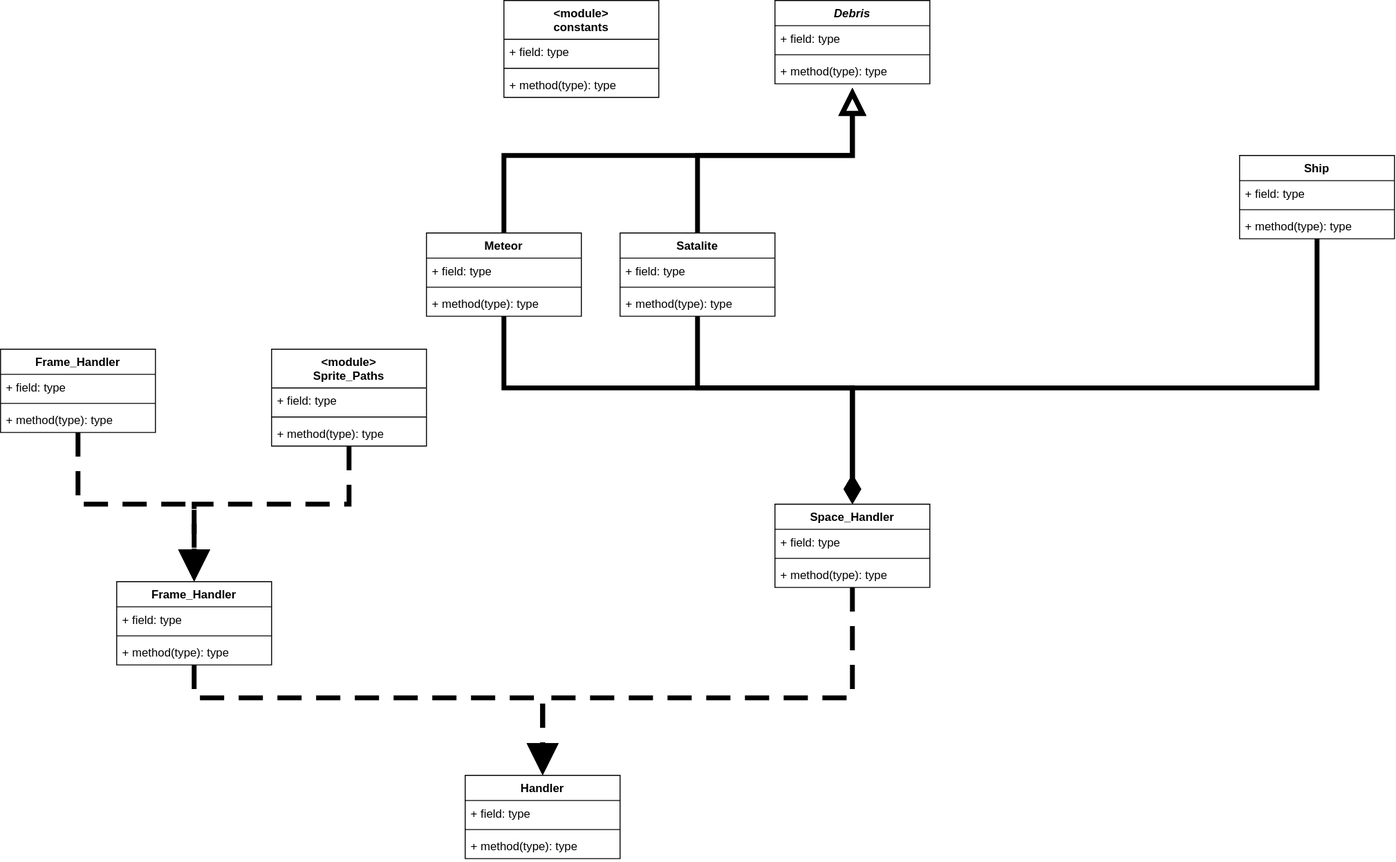
Before: UML.drawio.svg, a diagram exported from draw.io (CodyPassino/Space-Janitor). Source tidied: cells renumbered, new cells last; positions are measured from the earlier drawing's top-left corner, leaving out a move shared by most shapes.
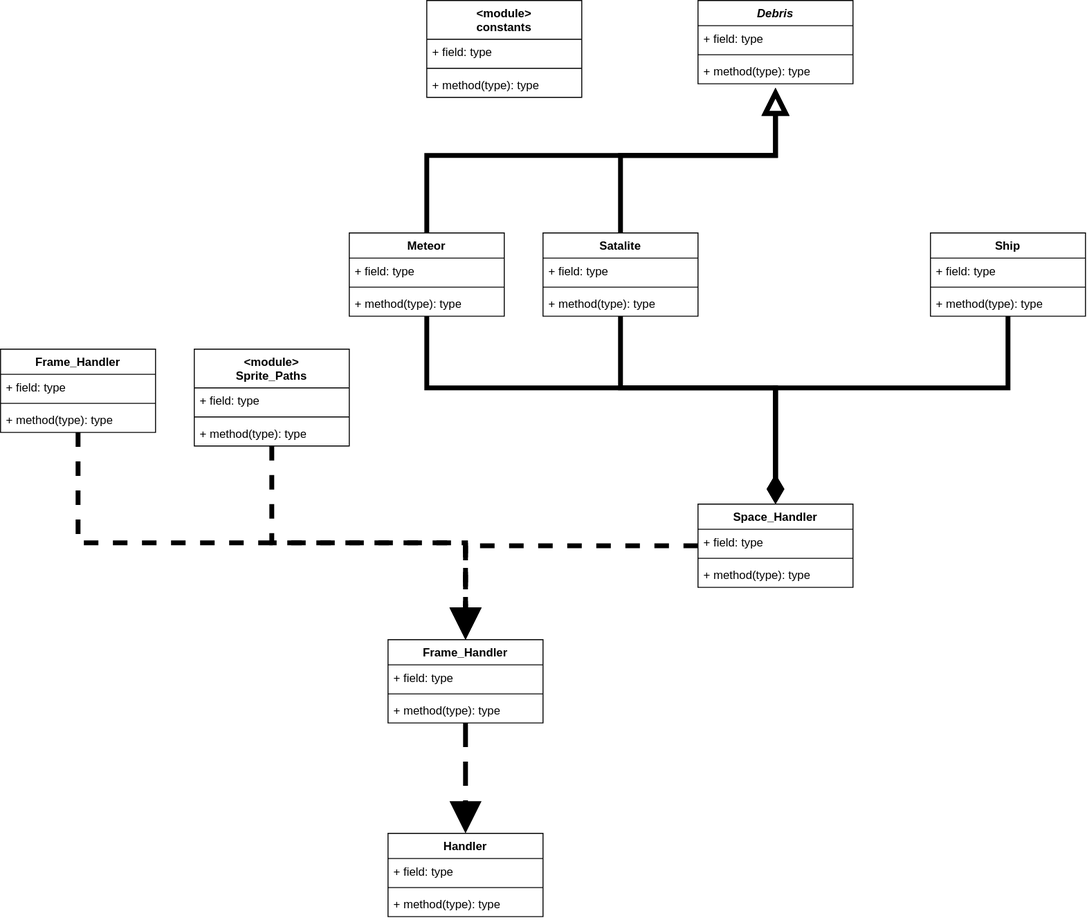
The same file after the commit.

What changed in the source:
```diff
@@ -35,14 +35,9 @@
     <mxCell id="10" value="+ method(type): type" style="text;strokeColor=none;fillColor=none;align=left;verticalAlign=top;spacingLeft=4;spacingRight=4;overflow=hidden;whiteSpace=wrap;html=1;" parent="7" vertex="1">
       <mxGeometry y="60" width="160" height="26" as="geometry" />
     </mxCell>
-    <mxCell id="11" style="edgeStyle=orthogonalEdgeStyle;shape=connector;curved=0;rounded=0;jumpStyle=none;jumpSize=6;html=1;entryX=0.5;entryY=0;entryDx=0;entryDy=0;dashed=1;strokeColor=default;strokeWidth=5;align=center;verticalAlign=middle;fontFamily=Helvetica;fontSize=11;fontColor=default;labelBackgroundColor=default;startSize=0;endArrow=block;endFill=1;endSize=20;dashPattern=5 3;" parent="1" edge="1" source="12" target="47">
-      <mxGeometry relative="1" as="geometry">
-        <Array as="points">
-          <mxPoint x="880" y="720" />
-          <mxPoint x="560" y="720" />
-        </Array>
-      </mxGeometry>
-    </mxCell>
+    <mxCell id="51" style="edgeStyle=orthogonalEdgeStyle;shape=connector;curved=0;rounded=0;jumpStyle=none;jumpSize=6;html=1;entryX=0.5;entryY=0;entryDx=0;entryDy=0;dashed=1;strokeColor=default;strokeWidth=5;align=center;verticalAlign=middle;fontFamily=Helvetica;fontSize=11;fontColor=default;labelBackgroundColor=default;startSize=0;endArrow=block;endFill=1;endSize=20;" parent="1" edge="1" source="12" target="38">
+      <mxGeometry relative="1" as="geometry" />
+    </mxCell>
     <mxCell id="12" value="Space_Handler" style="swimlane;fontStyle=1;align=center;verticalAlign=top;horizontal=1;startSize=26;whiteSpace=wrap;html=1;" parent="1" vertex="1">
       <mxGeometry x="800" y="520" width="160" height="86" as="geometry" />
     </mxCell>
@@ -58,13 +53,13 @@
     <mxCell id="16" style="edgeStyle=orthogonalEdgeStyle;shape=connector;curved=0;rounded=0;jumpStyle=none;jumpSize=6;html=1;entryX=0.5;entryY=0;entryDx=0;entryDy=0;strokeColor=default;strokeWidth=5;align=center;verticalAlign=middle;fontFamily=Helvetica;fontSize=11;fontColor=default;labelBackgroundColor=default;startSize=0;endArrow=diamondThin;endFill=1;endSize=16;" parent="1" edge="1" source="17" target="12">
       <mxGeometry relative="1" as="geometry">
         <Array as="points">
-          <mxPoint x="1360" y="400" />
+          <mxPoint x="1120" y="400" />
           <mxPoint x="880" y="400" />
         </Array>
       </mxGeometry>
     </mxCell>
     <mxCell id="17" value="Ship" style="swimlane;fontStyle=1;align=center;verticalAlign=top;horizontal=1;startSize=26;whiteSpace=wrap;html=1;" parent="1" vertex="1">
-      <mxGeometry x="1280" y="160" width="160" height="86" as="geometry" />
+      <mxGeometry x="1040" y="240" width="160" height="86" as="geometry" />
     </mxCell>
     <mxCell id="18" value="+ field: type" style="text;strokeColor=none;fillColor=none;align=left;verticalAlign=top;spacingLeft=4;spacingRight=4;overflow=hidden;whiteSpace=wrap;html=1;" parent="17" vertex="1">
       <mxGeometry y="26" width="160" height="26" as="geometry" />
@@ -124,11 +119,11 @@
     <mxCell id="31" value="+ method(type): type" style="text;strokeColor=none;fillColor=none;align=left;verticalAlign=top;spacingLeft=4;spacingRight=4;overflow=hidden;whiteSpace=wrap;html=1;" parent="28" vertex="1">
       <mxGeometry y="74" width="160" height="26" as="geometry" />
     </mxCell>
-    <mxCell id="32" style="edgeStyle=orthogonalEdgeStyle;shape=connector;curved=0;rounded=0;jumpStyle=none;jumpSize=6;html=1;entryX=0.5;entryY=0;entryDx=0;entryDy=0;dashed=1;strokeColor=default;strokeWidth=5;align=center;verticalAlign=middle;fontFamily=Helvetica;fontSize=11;fontColor=default;labelBackgroundColor=default;startSize=0;endArrow=block;endFill=1;endSize=20;dashPattern=5 3;" parent="1" edge="1" source="33" target="38">
+    <mxCell id="32" style="edgeStyle=orthogonalEdgeStyle;shape=connector;curved=0;rounded=0;jumpStyle=none;jumpSize=6;html=1;entryX=0.5;entryY=0;entryDx=0;entryDy=0;dashed=1;strokeColor=default;strokeWidth=5;align=center;verticalAlign=middle;fontFamily=Helvetica;fontSize=11;fontColor=default;labelBackgroundColor=default;startSize=0;endArrow=block;endFill=1;endSize=20;" parent="1" edge="1" source="33" target="38">
       <mxGeometry relative="1" as="geometry">
         <Array as="points">
-          <mxPoint x="360" y="520" />
-          <mxPoint x="200" y="520" />
+          <mxPoint x="360" y="560" />
+          <mxPoint x="560" y="560" />
         </Array>
       </mxGeometry>
     </mxCell>
@@ -145,15 +140,10 @@
       <mxGeometry y="74" width="160" height="26" as="geometry" />
     </mxCell>
     <mxCell id="37" style="edgeStyle=orthogonalEdgeStyle;shape=connector;curved=0;rounded=0;jumpStyle=none;jumpSize=6;html=1;entryX=0.5;entryY=0;entryDx=0;entryDy=0;dashed=1;strokeColor=default;strokeWidth=5;align=center;verticalAlign=middle;fontFamily=Helvetica;fontSize=11;fontColor=default;labelBackgroundColor=default;startSize=0;endArrow=block;endFill=1;endSize=20;dashPattern=5 3;" parent="1" edge="1" source="38" target="47">
-      <mxGeometry relative="1" as="geometry">
-        <Array as="points">
-          <mxPoint x="200" y="720" />
-          <mxPoint x="560" y="720" />
-        </Array>
-      </mxGeometry>
+      <mxGeometry relative="1" as="geometry" />
     </mxCell>
     <mxCell id="38" value="Frame_Handler" style="swimlane;fontStyle=1;align=center;verticalAlign=top;horizontal=1;startSize=26;whiteSpace=wrap;html=1;" parent="1" vertex="1">
-      <mxGeometry x="120" y="600" width="160" height="86" as="geometry" />
+      <mxGeometry x="480" y="660" width="160" height="86" as="geometry" />
     </mxCell>
     <mxCell id="39" value="+ field: type" style="text;strokeColor=none;fillColor=none;align=left;verticalAlign=top;spacingLeft=4;spacingRight=4;overflow=hidden;whiteSpace=wrap;html=1;" parent="38" vertex="1">
       <mxGeometry y="26" width="160" height="26" as="geometry" />
@@ -164,16 +154,16 @@
     <mxCell id="41" value="+ method(type): type" style="text;strokeColor=none;fillColor=none;align=left;verticalAlign=top;spacingLeft=4;spacingRight=4;overflow=hidden;whiteSpace=wrap;html=1;" parent="38" vertex="1">
       <mxGeometry y="60" width="160" height="26" as="geometry" />
     </mxCell>
-    <mxCell id="42" style="edgeStyle=orthogonalEdgeStyle;shape=connector;curved=0;rounded=0;jumpStyle=none;jumpSize=6;html=1;entryX=0.5;entryY=0;entryDx=0;entryDy=0;dashed=1;strokeColor=default;strokeWidth=5;align=center;verticalAlign=middle;fontFamily=Helvetica;fontSize=11;fontColor=default;labelBackgroundColor=default;startSize=0;endArrow=block;endFill=1;endSize=20;dashPattern=5 3;" parent="1" edge="1" source="43" target="38">
+    <mxCell id="42" style="edgeStyle=orthogonalEdgeStyle;shape=connector;curved=0;rounded=0;jumpStyle=none;jumpSize=6;html=1;entryX=0.5;entryY=0;entryDx=0;entryDy=0;dashed=1;strokeColor=default;strokeWidth=5;align=center;verticalAlign=middle;fontFamily=Helvetica;fontSize=11;fontColor=default;labelBackgroundColor=default;startSize=0;endArrow=block;endFill=1;endSize=20;" parent="1" edge="1" source="43" target="38">
       <mxGeometry relative="1" as="geometry">
         <Array as="points">
-          <mxPoint x="80" y="520" />
-          <mxPoint x="200" y="520" />
+          <mxPoint x="160" y="560" />
+          <mxPoint x="560" y="560" />
         </Array>
       </mxGeometry>
     </mxCell>
     <mxCell id="43" value="Frame_Handler" style="swimlane;fontStyle=1;align=center;verticalAlign=top;horizontal=1;startSize=26;whiteSpace=wrap;html=1;" parent="1" vertex="1">
-      <mxGeometry y="360" width="160" height="86" as="geometry" />
+      <mxGeometry x="80" y="360" width="160" height="86" as="geometry" />
     </mxCell>
     <mxCell id="44" value="+ field: type" style="text;strokeColor=none;fillColor=none;align=left;verticalAlign=top;spacingLeft=4;spacingRight=4;overflow=hidden;whiteSpace=wrap;html=1;" parent="43" vertex="1">
       <mxGeometry y="26" width="160" height="26" as="geometry" />
@@ -185,7 +175,7 @@
       <mxGeometry y="60" width="160" height="26" as="geometry" />
     </mxCell>
     <mxCell id="47" value="Handler" style="swimlane;fontStyle=1;align=center;verticalAlign=top;horizontal=1;startSize=26;whiteSpace=wrap;html=1;" parent="1" vertex="1">
-      <mxGeometry x="480" y="800" width="160" height="86" as="geometry" />
+      <mxGeometry x="480" y="860" width="160" height="86" as="geometry" />
     </mxCell>
     <mxCell id="48" value="+ field: type" style="text;strokeColor=none;fillColor=none;align=left;verticalAlign=top;spacingLeft=4;spacingRight=4;overflow=hidden;whiteSpace=wrap;html=1;" parent="47" vertex="1">
       <mxGeometry y="26" width="160" height="26" as="geometry" />
```
